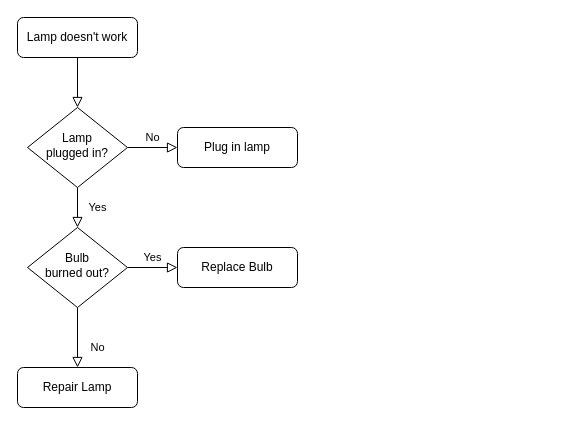
Earlier version of the draw.io diagram 未命名绘图.drawio (chenjinwei113708/drawioProject). Source tidied: cells renumbered, new cells numbered last; positions are measured from the earlier drawing's top-left corner, leaving out a move shared by most shapes. Both pictures are drawn from the tidied source at 100%, with x=0, y=0 at pixel (17, 17).
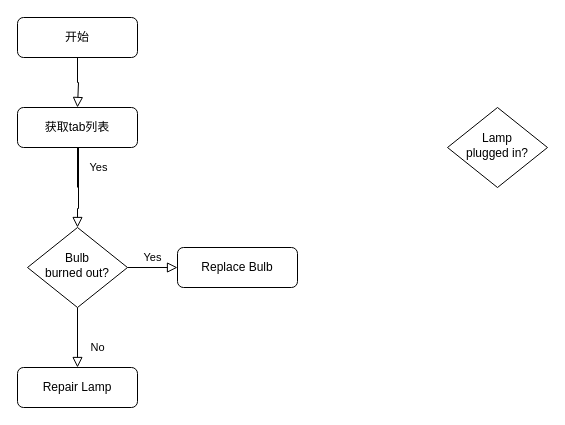
After the change.

Commit message (it also covers changes not shown here):
更新未命名绘图.drawio

The edit, as a diff of the source:
```diff
@@
 <mxGraphModel>
   <root>
     <mxCell id="0" />
     <mxCell id="1" parent="0" />
-    <mxCell id="2" style="rounded=0;html=1;jettySize=auto;fontSize=11;endArrow=block;endFill=0;endSize=8;strokeWidth=1;shadow=0;labelBackgroundColor=none;edgeStyle=orthogonalEdgeStyle;" parent="1" edge="1" source="3" target="6">
-      <mxGeometry relative="1" as="geometry" />
+    <mxCell id="2" style="rounded=0;html=1;jettySize=auto;fontSize=11;endArrow=block;endFill=0;endSize=8;strokeWidth=1;shadow=0;labelBackgroundColor=none;edgeStyle=orthogonalEdgeStyle;" parent="1" edge="1" source="3">
+      <mxGeometry relative="1" as="geometry">
+        <mxPoint x="60" y="90" as="targetPoint" />
+        <Array as="points">
+          <mxPoint x="60" y="65" />
+          <mxPoint x="61" y="65" />
+        </Array>
+      </mxGeometry>
     </mxCell>
-    <mxCell id="3" value="Lamp doesn't work" style="rounded=1;whiteSpace=wrap;html=1;fontSize=12;glass=0;strokeWidth=1;shadow=0;" parent="1" vertex="1">
+    <mxCell id="3" value="开始" style="rounded=1;whiteSpace=wrap;html=1;fontSize=12;glass=0;strokeWidth=1;shadow=0;" parent="1" vertex="1">
       <mxGeometry width="120" height="40" as="geometry" />
     </mxCell>
-    <mxCell id="4" value="Yes" style="rounded=0;html=1;jettySize=auto;fontSize=11;endArrow=block;endFill=0;endSize=8;strokeWidth=1;shadow=0;labelBackgroundColor=none;edgeStyle=orthogonalEdgeStyle;" parent="1" edge="1" source="6" target="10">
-      <mxGeometry y="20" relative="1" as="geometry" />
+    <mxCell id="4" value="Yes" style="rounded=0;html=1;jettySize=auto;fontSize=11;endArrow=block;endFill=0;endSize=8;strokeWidth=1;shadow=0;labelBackgroundColor=none;edgeStyle=orthogonalEdgeStyle;" parent="1" edge="1" target="10">
+      <mxGeometry y="20" relative="1" as="geometry">
+        <mxPoint x="60" y="170" as="sourcePoint" />
+        <Array as="points">
+          <mxPoint x="60" y="130" />
+          <mxPoint x="61" y="130" />
+          <mxPoint x="61" y="191" />
+          <mxPoint x="60" y="191" />
+        </Array>
+      </mxGeometry>
     </mxCell>
-    <mxCell id="5" value="No" style="edgeStyle=orthogonalEdgeStyle;rounded=0;html=1;jettySize=auto;fontSize=11;endArrow=block;endFill=0;endSize=8;strokeWidth=1;shadow=0;labelBackgroundColor=none;" parent="1" edge="1" source="6" target="7">
-      <mxGeometry y="10" relative="1" as="geometry" />
-    </mxCell>
-    <mxCell id="6" value="Lamp&lt;br&gt;plugged in?" style="rhombus;whiteSpace=wrap;html=1;shadow=0;fontFamily=Helvetica;fontSize=12;align=center;strokeWidth=1;spacing=6;spacingTop=-4;" parent="1" vertex="1">
-      <mxGeometry x="10" y="90" width="100" height="80" as="geometry" />
-    </mxCell>
-    <mxCell id="7" value="Plug in lamp" style="rounded=1;whiteSpace=wrap;html=1;fontSize=12;glass=0;strokeWidth=1;shadow=0;" parent="1" vertex="1">
-      <mxGeometry x="160" y="110" width="120" height="40" as="geometry" />
+    <mxCell id="7" value="获取tab列表" style="rounded=1;whiteSpace=wrap;html=1;fontSize=12;glass=0;strokeWidth=1;shadow=0;" parent="1" vertex="1">
+      <mxGeometry y="90" width="120" height="40" as="geometry" />
     </mxCell>
     <mxCell id="8" value="No" style="rounded=0;html=1;jettySize=auto;fontSize=11;endArrow=block;endFill=0;endSize=8;strokeWidth=1;shadow=0;labelBackgroundColor=none;edgeStyle=orthogonalEdgeStyle;" parent="1" edge="1" source="10" target="11">
       <mxGeometry x="0.33" y="20" relative="1" as="geometry" />
     </mxCell>
     <mxCell id="9" value="Yes" style="edgeStyle=orthogonalEdgeStyle;rounded=0;html=1;jettySize=auto;fontSize=11;endArrow=block;endFill=0;endSize=8;strokeWidth=1;shadow=0;labelBackgroundColor=none;" parent="1" edge="1" source="10" target="12">
       <mxGeometry y="10" relative="1" as="geometry" />
     </mxCell>
     <mxCell id="10" value="Bulb&lt;br&gt;burned out?" style="rhombus;whiteSpace=wrap;html=1;shadow=0;fontFamily=Helvetica;fontSize=12;align=center;strokeWidth=1;spacing=6;spacingTop=-4;" parent="1" vertex="1">
       <mxGeometry x="10" y="210" width="100" height="80" as="geometry" />
     </mxCell>
     <mxCell id="11" value="Repair Lamp" style="rounded=1;whiteSpace=wrap;html=1;fontSize=12;glass=0;strokeWidth=1;shadow=0;" parent="1" vertex="1">
       <mxGeometry y="350" width="120" height="40" as="geometry" />
     </mxCell>
     <mxCell id="12" value="Replace Bulb" style="rounded=1;whiteSpace=wrap;html=1;fontSize=12;glass=0;strokeWidth=1;shadow=0;" parent="1" vertex="1">
       <mxGeometry x="160" y="230" width="120" height="40" as="geometry" />
     </mxCell>
+    <mxCell id="6" value="Lamp&lt;br&gt;plugged in?" style="rhombus;whiteSpace=wrap;html=1;shadow=0;fontFamily=Helvetica;fontSize=12;align=center;strokeWidth=1;spacing=6;spacingTop=-4;" parent="1" vertex="1">
+      <mxGeometry x="430" y="90" width="100" height="80" as="geometry" />
+    </mxCell>
   </root>
 </mxGraphModel>
```
